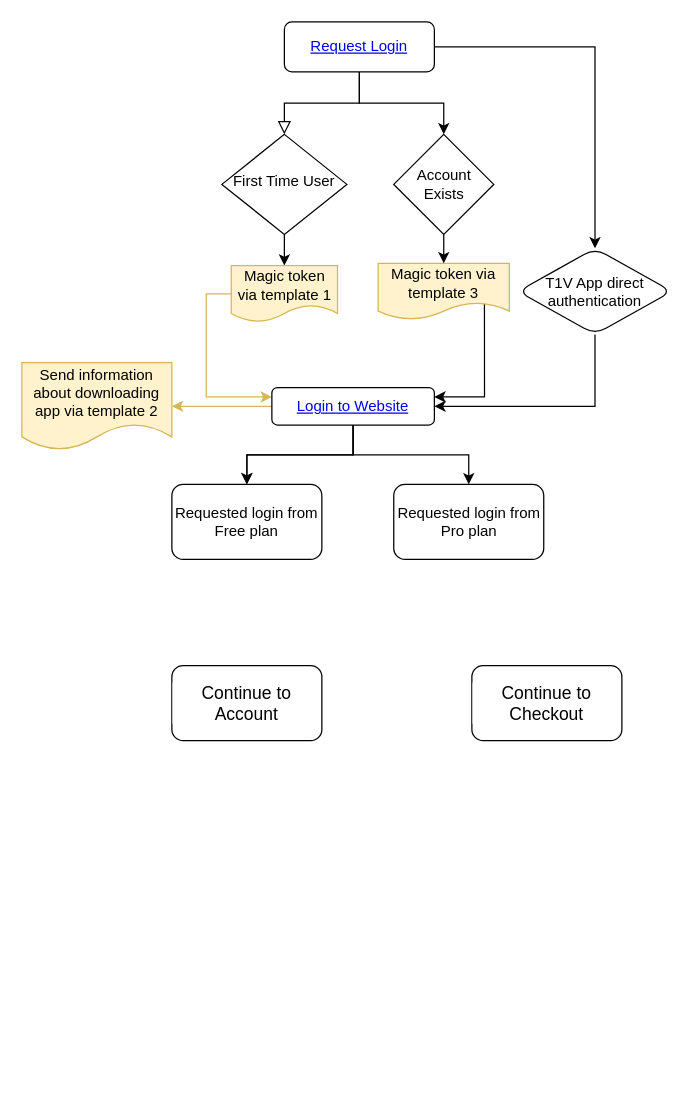
Above: page "Login Flow" (1 of 3) of Untitled Diagram.drawio in pbt1v/flowcharts (draw.io), before the change. Source tidied: cells renumbered, new cells numbered last; positions are measured from the earlier drawing's top-left corner, leaving out a move shared by most shapes. Both pictures are drawn from the tidied source at 125%, with x=0, y=0 at pixel (21, 21). Pictures stored in the file or linked from it are replaced by grey dashed boxes.
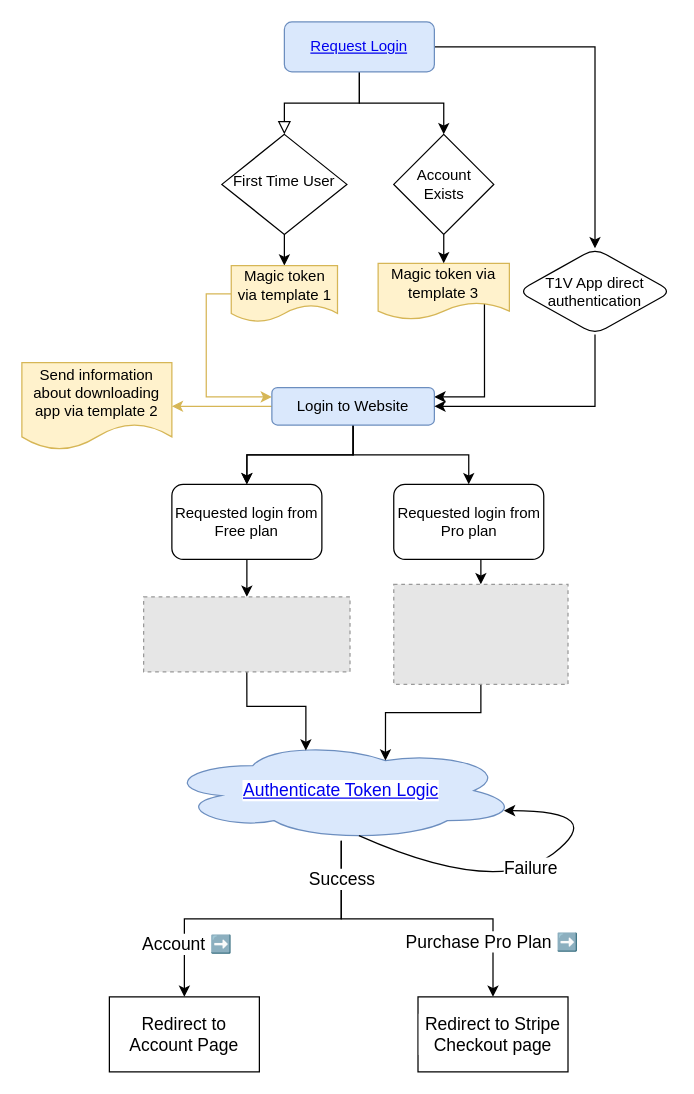
The same page after the edit.

Commit message:
finished login flowchart

The change refers to these unchanged cells:
```xml
<mxCell id="22" value="Requested login from Free plan" style="whiteSpace=wrap;html=1;rounded=1;" parent="1" vertex="1">
  <mxGeometry x="120" y="370" width="120" height="60" as="geometry" />
</mxCell>
<mxCell id="23" value="Requested login from Pro plan" style="whiteSpace=wrap;html=1;rounded=1;" parent="1" vertex="1">
  <mxGeometry x="297.5" y="370" width="120" height="60" as="geometry" />
</mxCell>
```

Change to the diagram source:
```diff
@@
-    <mxCell id="5" value="&lt;a href=&quot;data:page/id,41-cwJReHn9E8La9h7f7&quot;&gt;Request Login&lt;/a&gt;" style="rounded=1;whiteSpace=wrap;html=1;fontSize=12;glass=0;strokeWidth=1;shadow=0;" parent="1" vertex="1">
+    <mxCell id="5" value="&lt;a href=&quot;data:page/id,41-cwJReHn9E8La9h7f7&quot;&gt;Request Login&lt;/a&gt;" style="rounded=1;whiteSpace=wrap;html=1;fontSize=12;glass=0;strokeWidth=1;shadow=0;fillColor=#dae8fc;strokeColor=#6c8ebf;" parent="1" vertex="1">
       <mxGeometry x="210" width="120" height="40" as="geometry" />
     </mxCell>
@@
-    <mxCell id="18" value="&lt;a href=&quot;data:page/id,Cjgt9jFM1V30jB4g_Zc7&quot;&gt;Login to Website&lt;/a&gt;" style="rounded=1;whiteSpace=wrap;html=1;" parent="1" vertex="1">
+    <mxCell id="18" value="Login to Website" style="rounded=1;whiteSpace=wrap;html=1;fillColor=#dae8fc;strokeColor=#6c8ebf;" parent="1" vertex="1">
       <mxGeometry x="200" y="292.5" width="130" height="30" as="geometry" />
     </mxCell>
@@
+    <mxCell id="26" style="edgeStyle=orthogonalEdgeStyle;rounded=0;jettySize=auto;html=1;exitX=0.5;exitY=1;exitDx=0;exitDy=0;fontSize=14;fontColor=#000000;" parent="1" edge="1" source="22" target="36">
+      <mxGeometry relative="1" as="geometry" />
+    </mxCell>
@@
+    <mxCell id="27" style="edgeStyle=orthogonalEdgeStyle;rounded=0;jettySize=auto;html=1;exitX=0.5;exitY=1;exitDx=0;exitDy=0;entryX=0.5;entryY=0;entryDx=0;entryDy=0;fontSize=14;fontColor=#000000;" parent="1" edge="1" source="23" target="40">
+      <mxGeometry relative="1" as="geometry" />
+    </mxCell>
@@
-    <mxCell id="24" value="Continue to Account" style="rounded=1;whiteSpace=wrap;html=1;labelBackgroundColor=#FFFFFF;fontSize=14;fontColor=#000000;" parent="1" vertex="1">
-      <mxGeometry x="120" y="515" width="120" height="60" as="geometry" />
-    </mxCell>
-    <mxCell id="25" value="Continue to Checkout" style="rounded=1;whiteSpace=wrap;html=1;labelBackgroundColor=#FFFFFF;fontSize=14;fontColor=#000000;" parent="1" vertex="1">
-      <mxGeometry x="360" y="515" width="120" height="60" as="geometry" />
-    </mxCell>
+    <mxCell id="28" style="edgeStyle=orthogonalEdgeStyle;rounded=0;jettySize=auto;html=1;fontSize=14;fontColor=#000000;" parent="1" edge="1" source="33" target="43">
+      <mxGeometry relative="1" as="geometry" />
+    </mxCell>
+    <mxCell id="29" value="Account ➡️&amp;nbsp;" style="edgeLabel;html=1;align=center;verticalAlign=middle;fontSize=14;fontColor=#000000;" parent="28" vertex="1">
+      <mxGeometry x="0.66" y="3" relative="1" as="geometry" />
+    </mxCell>
+    <mxCell id="30" style="edgeStyle=orthogonalEdgeStyle;rounded=0;jettySize=auto;html=1;fontSize=14;fontColor=#000000;" parent="1" edge="1" source="33" target="44">
+      <mxGeometry relative="1" as="geometry" />
+    </mxCell>
+    <mxCell id="31" value="Success" style="edgeLabel;html=1;align=center;verticalAlign=middle;fontSize=14;fontColor=#000000;" parent="30" vertex="1">
+      <mxGeometry x="-0.76" relative="1" as="geometry" />
+    </mxCell>
+    <mxCell id="32" value="Purchase Pro Plan ➡️" style="edgeLabel;html=1;align=center;verticalAlign=middle;fontSize=14;fontColor=#000000;" parent="30" vertex="1">
+      <mxGeometry x="0.64" y="-1" relative="1" as="geometry" />
+    </mxCell>
+    <mxCell id="33" value="&lt;a href=&quot;data:page/id,Cjgt9jFM1V30jB4g_Zc7&quot;&gt;Authenticate Token Logic&lt;/a&gt;" style="ellipse;shape=cloud;whiteSpace=wrap;html=1;labelBackgroundColor=#FFFFFF;fontSize=14;fillColor=#dae8fc;strokeColor=#6c8ebf;" parent="1" vertex="1">
+      <mxGeometry x="114" y="575" width="283" height="80" as="geometry" />
+    </mxCell>
+    <mxCell id="34" style="edgeStyle=orthogonalEdgeStyle;rounded=0;jettySize=auto;html=1;exitX=0.5;exitY=1;exitDx=0;exitDy=0;entryX=0.625;entryY=0.2;entryDx=0;entryDy=0;entryPerimeter=0;fontSize=14;fontColor=#000000;" parent="1" edge="1" source="40" target="33">
+      <mxGeometry relative="1" as="geometry" />
+    </mxCell>
+    <mxCell id="35" style="edgeStyle=orthogonalEdgeStyle;rounded=0;jettySize=auto;html=1;exitX=0.5;exitY=1;exitDx=0;exitDy=0;entryX=0.4;entryY=0.1;entryDx=0;entryDy=0;entryPerimeter=0;fontSize=14;fontColor=#000000;" parent="1" edge="1" source="36" target="33">
+      <mxGeometry relative="1" as="geometry" />
+    </mxCell>
+    <mxCell id="36" style="fillColor=#E6E6E6;strokeColor=#999999;dashed=1;verticalLabelPosition=bottom;labelBackgroundColor=default;verticalAlign=top;" parent="1" vertex="1">
+      <mxGeometry x="97.4" y="460" width="165.1" height="60" as="geometry" />
+    </mxCell>
+    <mxCell id="37" style="curved=1;endArrow=classic;html=1;rounded=0;fontSize=14;fontColor=#000000;" parent="1" edge="1">
+      <mxGeometry relative="1" as="geometry">
+        <mxPoint x="330" y="520" as="sourcePoint" />
+        <mxPoint x="380" y="470" as="targetPoint" />
+        <Array as="points">
+          <mxPoint x="380" y="520" />
+          <mxPoint x="330" y="470" />
+        </Array>
+      </mxGeometry>
+    </mxCell>
+    <mxCell id="38" style="curved=1;endArrow=classic;html=1;rounded=0;fontSize=14;fontColor=#000000;" parent="1" edge="1">
+      <mxGeometry relative="1" as="geometry">
+        <mxPoint x="330" y="520" as="sourcePoint" />
+        <mxPoint x="380" y="470" as="targetPoint" />
+        <Array as="points">
+          <mxPoint x="380" y="520" />
+          <mxPoint x="330" y="470" />
+        </Array>
+      </mxGeometry>
+    </mxCell>
+    <mxCell id="39" style="curved=1;endArrow=classic;html=1;rounded=0;fontSize=14;fontColor=#000000;startArrow=none;" parent="1" edge="1" source="40">
+      <mxGeometry relative="1" as="geometry">
+        <mxPoint x="380" y="470" as="targetPoint" />
+      </mxGeometry>
+    </mxCell>
+    <mxCell id="40" style="fillColor=#E6E6E6;strokeColor=#999999;dashed=1;verticalLabelPosition=bottom;labelBackgroundColor=default;verticalAlign=top;" parent="1" vertex="1">
+      <mxGeometry x="297.5" y="450" width="139.4" height="80" as="geometry" />
+    </mxCell>
+    <mxCell id="41" style="curved=1;endArrow=classic;html=1;rounded=0;fontSize=14;fontColor=#000000;exitX=0.55;exitY=0.95;exitDx=0;exitDy=0;exitPerimeter=0;entryX=0.96;entryY=0.7;entryDx=0;entryDy=0;entryPerimeter=0;" parent="1" edge="1" source="33" target="33">
+      <mxGeometry relative="1" as="geometry">
+        <Array as="points">
+          <mxPoint x="380" y="700" />
+          <mxPoint x="470" y="631" />
+        </Array>
+      </mxGeometry>
+    </mxCell>
+    <mxCell id="42" value="Failure" style="edgeLabel;html=1;align=center;verticalAlign=middle;fontSize=14;fontColor=#000000;" parent="41" vertex="1">
+      <mxGeometry x="-0.02" y="2" relative="1" as="geometry" />
+    </mxCell>
+    <mxCell id="43" value="Redirect to Account Page" style="whiteSpace=wrap;html=1;fontSize=14;fontColor=#000000;labelBackgroundColor=#FFFFFF;" parent="1" vertex="1">
+      <mxGeometry x="70" y="780" width="120" height="60" as="geometry" />
+    </mxCell>
+    <mxCell id="44" value="Redirect to Stripe Checkout page" style="whiteSpace=wrap;html=1;fontSize=14;fontColor=#000000;labelBackgroundColor=#FFFFFF;" parent="1" vertex="1">
+      <mxGeometry x="316.9" y="780" width="120" height="60" as="geometry" />
+    </mxCell>
```
